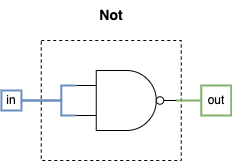
The draw.io diagram course1/project1/diagrams/not.png in pwbrown/nand2tetris, before a commit. Source tidied: cells renumbered, new cells last; positions are measured from the earlier drawing's top-left corner, leaving out a move shared by most shapes. The source it was exported from:
```xml
<mxGraphModel>
  <root>
    <mxCell id="0" />
    <mxCell id="1" parent="0" />
    <mxCell id="2" value="&lt;font style=&quot;font-size: 14px;&quot;&gt;&lt;b&gt;Not&lt;/b&gt;&lt;/font&gt;" style="text;html=1;align=center;verticalAlign=middle;whiteSpace=wrap;rounded=0;" parent="1" vertex="1">
      <mxGeometry x="79.8" width="60" height="30" as="geometry" />
    </mxCell>
    <mxCell id="3" style="rounded=0;whiteSpace=wrap;html=1;dashed=1;" parent="1" vertex="1">
      <mxGeometry x="39.8" y="40" width="140" height="120" as="geometry" />
    </mxCell>
    <mxCell id="4" value="in" style="text;html=1;align=center;verticalAlign=middle;whiteSpace=wrap;rounded=0;fillColor=none;strokeColor=#6c8ebf;strokeWidth=2;" parent="1" vertex="1">
      <mxGeometry x="-0.1" y="90" width="20" height="20" as="geometry" />
    </mxCell>
    <mxCell id="5" value="out" style="text;html=1;align=center;verticalAlign=middle;whiteSpace=wrap;rounded=0;fillColor=none;strokeColor=#82b366;strokeWidth=2;" parent="1" vertex="1">
      <mxGeometry x="199.8" y="85" width="30" height="30" as="geometry" />
    </mxCell>
    <mxCell id="6" style="edgeStyle=orthogonalEdgeStyle;rounded=0;jettySize=auto;html=1;exitX=0;exitY=0.75;exitDx=0;exitDy=0;exitPerimeter=0;endArrow=none;startFill=0;fillColor=#dae8fc;strokeColor=#6c8ebf;strokeWidth=2;" parent="1" edge="1" source="8" target="4">
      <mxGeometry relative="1" as="geometry">
        <Array as="points">
          <mxPoint x="59.8" y="115" />
          <mxPoint x="59.8" y="100" />
        </Array>
      </mxGeometry>
    </mxCell>
    <mxCell id="7" style="edgeStyle=orthogonalEdgeStyle;rounded=0;jettySize=auto;html=1;exitX=1;exitY=0.5;exitDx=0;exitDy=0;exitPerimeter=0;entryX=0;entryY=0.5;entryDx=0;entryDy=0;endArrow=none;startFill=0;fillColor=#d5e8d4;strokeColor=#82b366;strokeWidth=2;" parent="1" edge="1" source="8" target="5">
      <mxGeometry relative="1" as="geometry" />
    </mxCell>
    <mxCell id="8" style="verticalLabelPosition=bottom;shadow=0;dashed=0;align=center;html=1;verticalAlign=top;shape=mxgraph.electrical.logic_gates.logic_gate;operation=and;negating=1;negSize=0.15;" parent="1" vertex="1">
      <mxGeometry x="74.8" y="70" width="100" height="60" as="geometry" />
    </mxCell>
    <mxCell id="9" style="edgeStyle=orthogonalEdgeStyle;rounded=0;jettySize=auto;html=1;exitX=1;exitY=0.5;exitDx=0;exitDy=0;entryX=0;entryY=0.25;entryDx=0;entryDy=0;entryPerimeter=0;endArrow=none;startFill=0;fillColor=#dae8fc;strokeColor=#6c8ebf;strokeWidth=2;" parent="1" edge="1" source="4" target="8">
      <mxGeometry relative="1" as="geometry">
        <Array as="points">
          <mxPoint x="59.8" y="100" />
          <mxPoint x="59.8" y="85" />
        </Array>
      </mxGeometry>
    </mxCell>
  </root>
</mxGraphModel>
```
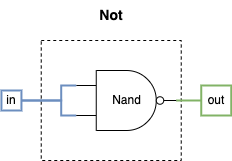
After the commit.

Change to the diagram source:
```diff
@@ -25,7 +25,7 @@
     <mxCell id="7" style="edgeStyle=orthogonalEdgeStyle;rounded=0;jettySize=auto;html=1;exitX=1;exitY=0.5;exitDx=0;exitDy=0;exitPerimeter=0;entryX=0;entryY=0.5;entryDx=0;entryDy=0;endArrow=none;startFill=0;fillColor=#d5e8d4;strokeColor=#82b366;strokeWidth=2;" parent="1" edge="1" source="8" target="5">
       <mxGeometry relative="1" as="geometry" />
     </mxCell>
-    <mxCell id="8" style="verticalLabelPosition=bottom;shadow=0;dashed=0;align=center;html=1;verticalAlign=top;shape=mxgraph.electrical.logic_gates.logic_gate;operation=and;negating=1;negSize=0.15;" parent="1" vertex="1">
+    <mxCell id="8" value="Nand" style="verticalLabelPosition=middle;shadow=0;dashed=0;align=center;html=1;verticalAlign=middle;shape=mxgraph.electrical.logic_gates.logic_gate;operation=and;negating=1;negSize=0.15;labelPosition=center;" parent="1" vertex="1">
       <mxGeometry x="74.8" y="70" width="100" height="60" as="geometry" />
     </mxCell>
     <mxCell id="9" style="edgeStyle=orthogonalEdgeStyle;rounded=0;jettySize=auto;html=1;exitX=1;exitY=0.5;exitDx=0;exitDy=0;entryX=0;entryY=0.25;entryDx=0;entryDy=0;entryPerimeter=0;endArrow=none;startFill=0;fillColor=#dae8fc;strokeColor=#6c8ebf;strokeWidth=2;" parent="1" edge="1" source="4" target="8">
```
